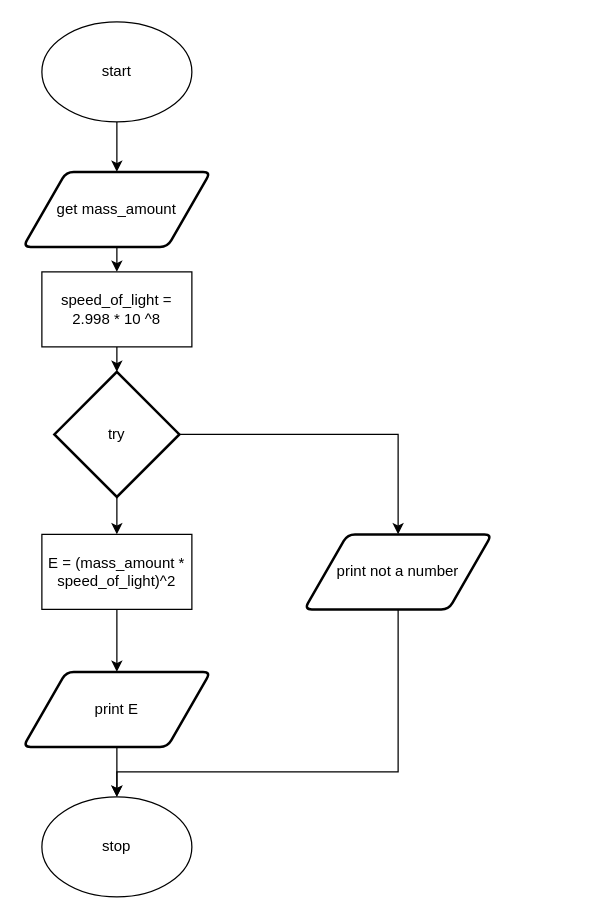
Earlier version of the draw.io diagram flow.drawio (devin-jhu/ics4u-unit3-01-typescript). Source tidied: cells renumbered, new cells numbered last; positions are measured from the earlier drawing's top-left corner, leaving out a move shared by most shapes. Both pictures are drawn from the tidied source at 125%, with x=0, y=0 at pixel (22, 21).
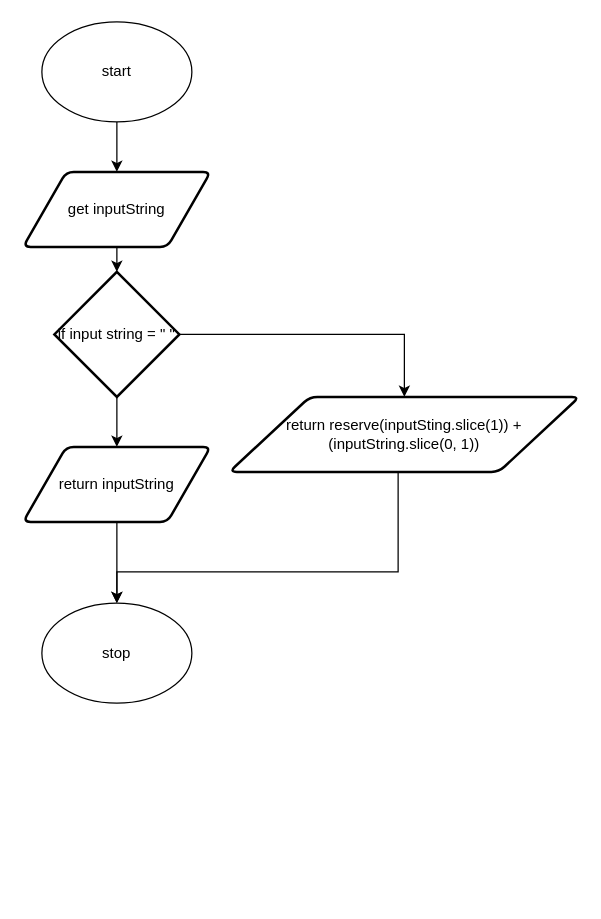
Above is the later version.

The edit, as a diff of the source:
```diff
@@
     <mxCell id="4" value="stop" style="ellipse;whiteSpace=wrap;html=1;" parent="1" vertex="1">
-      <mxGeometry x="15" y="620" width="120" height="80" as="geometry" />
+      <mxGeometry x="15" y="465" width="120" height="80" as="geometry" />
     </mxCell>
-    <mxCell id="5" style="edgeStyle=none;html=1;exitX=0.5;exitY=1;exitDx=0;exitDy=0;" parent="1" edge="1" source="6" target="11">
-      <mxGeometry relative="1" as="geometry" />
+    <mxCell id="5" style="edgeStyle=none;html=1;exitX=0.5;exitY=1;exitDx=0;exitDy=0;" parent="1" edge="1" source="6">
+      <mxGeometry relative="1" as="geometry">
+        <mxPoint x="75" y="200" as="targetPoint" />
+      </mxGeometry>
     </mxCell>
-    <mxCell id="6" value="get mass_amount" style="shape=parallelogram;html=1;strokeWidth=2;perimeter=parallelogramPerimeter;whiteSpace=wrap;rounded=1;arcSize=12;size=0.23;" parent="1" vertex="1">
+    <mxCell id="6" value="get inputString" style="shape=parallelogram;html=1;strokeWidth=2;perimeter=parallelogramPerimeter;whiteSpace=wrap;rounded=1;arcSize=12;size=0.23;" parent="1" vertex="1">
       <mxGeometry y="120" width="150" height="60" as="geometry" />
     </mxCell>
@@
-    <mxCell id="8" style="edgeStyle=orthogonalEdgeStyle;shape=connector;rounded=0;html=1;exitX=0.5;exitY=1;exitDx=0;exitDy=0;exitPerimeter=0;entryX=0.5;entryY=0;entryDx=0;entryDy=0;labelBackgroundColor=default;fontFamily=Helvetica;fontSize=11;fontColor=default;endArrow=classic;strokeColor=default;" parent="1" edge="1" source="9" target="13">
-      <mxGeometry relative="1" as="geometry" />
-    </mxCell>
+    <mxCell id="18" style="edgeStyle=orthogonalEdgeStyle;shape=connector;rounded=0;html=1;exitX=0.5;exitY=1;exitDx=0;exitDy=0;exitPerimeter=0;entryX=0.5;entryY=0;entryDx=0;entryDy=0;labelBackgroundColor=default;fontFamily=Helvetica;fontSize=11;fontColor=default;endArrow=classic;strokeColor=default;" parent="1" edge="1" source="9" target="15">
+      <mxGeometry relative="1" as="geometry" />
+    </mxCell>
-    <mxCell id="9" value="try" style="strokeWidth=2;html=1;shape=mxgraph.flowchart.decision;whiteSpace=wrap;" parent="1" vertex="1">
-      <mxGeometry x="25" y="280" width="100" height="100" as="geometry" />
+    <mxCell id="9" value="if input string = &quot; &quot;" style="strokeWidth=2;html=1;shape=mxgraph.flowchart.decision;whiteSpace=wrap;" parent="1" vertex="1">
+      <mxGeometry x="25" y="200" width="100" height="100" as="geometry" />
     </mxCell>
-    <mxCell id="10" style="edgeStyle=none;html=1;exitX=0.5;exitY=1;exitDx=0;exitDy=0;entryX=0.5;entryY=0;entryDx=0;entryDy=0;entryPerimeter=0;" parent="1" edge="1" source="11" target="9">
-      <mxGeometry relative="1" as="geometry" />
-    </mxCell>
-    <mxCell id="11" value="speed_of_light = 2.998 * 10 ^8" style="rounded=0;whiteSpace=wrap;html=1;" parent="1" vertex="1">
-      <mxGeometry x="15" y="200" width="120" height="60" as="geometry" />
-    </mxCell>
-    <mxCell id="12" style="edgeStyle=orthogonalEdgeStyle;shape=connector;rounded=0;html=1;exitX=0.5;exitY=1;exitDx=0;exitDy=0;labelBackgroundColor=default;fontFamily=Helvetica;fontSize=11;fontColor=default;endArrow=classic;strokeColor=default;" parent="1" edge="1" source="13" target="15">
-      <mxGeometry relative="1" as="geometry" />
-    </mxCell>
-    <mxCell id="13" value="E = (mass_amount * speed_of_light)^2" style="rounded=0;whiteSpace=wrap;html=1;" parent="1" vertex="1">
-      <mxGeometry x="15" y="410" width="120" height="60" as="geometry" />
-    </mxCell>
-    <mxCell id="14" style="edgeStyle=orthogonalEdgeStyle;shape=connector;rounded=0;html=1;exitX=0.5;exitY=1;exitDx=0;exitDy=0;labelBackgroundColor=default;fontFamily=Helvetica;fontSize=11;fontColor=default;endArrow=classic;strokeColor=default;" parent="1" edge="1" source="15">
-      <mxGeometry relative="1" as="geometry">
-        <mxPoint x="75" y="620" as="targetPoint" />
-      </mxGeometry>
-    </mxCell>
+    <mxCell id="19" style="edgeStyle=orthogonalEdgeStyle;shape=connector;rounded=0;html=1;exitX=0.5;exitY=1;exitDx=0;exitDy=0;entryX=0.5;entryY=0;entryDx=0;entryDy=0;labelBackgroundColor=default;fontFamily=Helvetica;fontSize=11;fontColor=default;endArrow=classic;strokeColor=default;" parent="1" edge="1" source="15" target="4">
+      <mxGeometry relative="1" as="geometry" />
+    </mxCell>
-    <mxCell id="15" value="print E" style="shape=parallelogram;html=1;strokeWidth=2;perimeter=parallelogramPerimeter;whiteSpace=wrap;rounded=1;arcSize=12;size=0.23;" parent="1" vertex="1">
-      <mxGeometry y="520" width="150" height="60" as="geometry" />
+    <mxCell id="15" value="return inputString" style="shape=parallelogram;html=1;strokeWidth=2;perimeter=parallelogramPerimeter;whiteSpace=wrap;rounded=1;arcSize=12;size=0.23;" parent="1" vertex="1">
+      <mxGeometry y="340" width="150" height="60" as="geometry" />
     </mxCell>
     <mxCell id="16" style="edgeStyle=orthogonalEdgeStyle;shape=connector;rounded=0;html=1;exitX=0.5;exitY=1;exitDx=0;exitDy=0;labelBackgroundColor=default;fontFamily=Helvetica;fontSize=11;fontColor=default;endArrow=classic;strokeColor=default;" parent="1" edge="1" source="17" target="4">
       <mxGeometry relative="1" as="geometry">
         <Array as="points">
-          <mxPoint x="300" y="600" />
-          <mxPoint x="75" y="600" />
+          <mxPoint x="300" y="440" />
+          <mxPoint x="75" y="440" />
         </Array>
       </mxGeometry>
     </mxCell>
-    <mxCell id="17" value="print not a number" style="shape=parallelogram;html=1;strokeWidth=2;perimeter=parallelogramPerimeter;whiteSpace=wrap;rounded=1;arcSize=12;size=0.23;" parent="1" vertex="1">
-      <mxGeometry x="225" y="410" width="150" height="60" as="geometry" />
+    <mxCell id="17" value="return reserve(inputSting.slice(1)) + (inputString.slice(0, 1))" style="shape=parallelogram;html=1;strokeWidth=2;perimeter=parallelogramPerimeter;whiteSpace=wrap;rounded=1;arcSize=12;size=0.23;" parent="1" vertex="1">
+      <mxGeometry x="165" y="300" width="280" height="60" as="geometry" />
     </mxCell>
```
